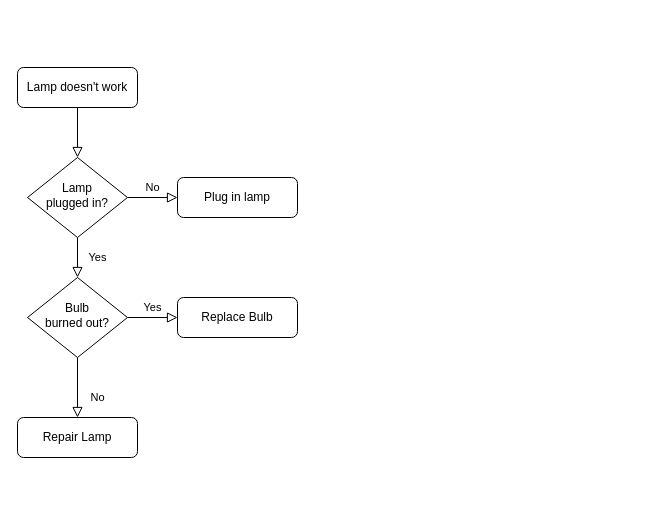
Armstrong-Bai/demo keeps this draw.io diagram as Untitled Diagram.drawio. Above is the earlier version. Source tidied: cells renumbered, new cells numbered last; positions are measured from the earlier drawing's top-left corner, leaving out a move shared by most shapes. Both pictures are drawn from the tidied source at 100%, with x=0, y=0 at pixel (17, 67).
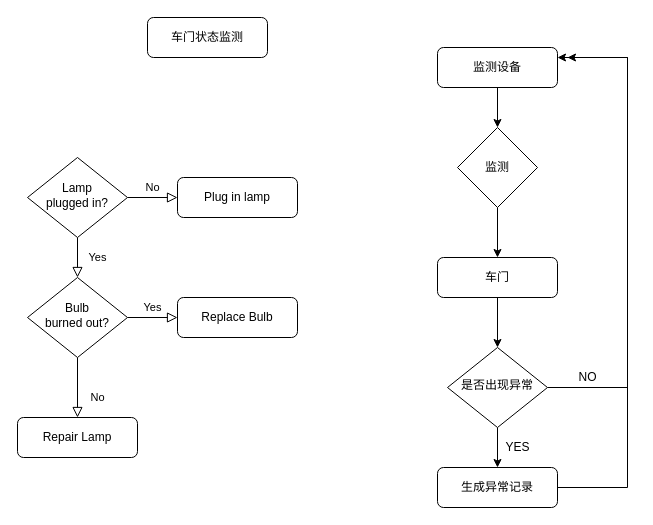
After the change.

The change refers to these unchanged cells:
```xml
<mxCell id="6" value="Lamp&lt;br&gt;plugged in?" style="rhombus;whiteSpace=wrap;html=1;shadow=0;fontFamily=Helvetica;fontSize=12;align=center;strokeWidth=1;spacing=6;spacingTop=-4;" parent="1" vertex="1">
  <mxGeometry x="10" y="90" width="100" height="80" as="geometry" />
</mxCell>
```

Diff of the diagram source:
```diff
@@
-    <mxCell id="2" style="rounded=0;html=1;jettySize=auto;fontSize=11;endArrow=block;endFill=0;endSize=8;strokeWidth=1;shadow=0;labelBackgroundColor=none;edgeStyle=orthogonalEdgeStyle;" parent="1" edge="1" source="3" target="6">
-      <mxGeometry relative="1" as="geometry" />
-    </mxCell>
-    <mxCell id="3" value="Lamp doesn't work" style="rounded=1;whiteSpace=wrap;html=1;fontSize=12;glass=0;strokeWidth=1;shadow=0;" parent="1" vertex="1">
-      <mxGeometry width="120" height="40" as="geometry" />
+    <mxCell id="3" value="车门状态监测" style="rounded=1;whiteSpace=wrap;html=1;fontSize=12;glass=0;strokeWidth=1;shadow=0;" parent="1" vertex="1">
+      <mxGeometry x="130" y="-50" width="120" height="40" as="geometry" />
     </mxCell>
@@
+    <mxCell id="13" style="edgeStyle=orthogonalEdgeStyle;rounded=0;jettySize=auto;html=1;exitX=0.5;exitY=1;exitDx=0;exitDy=0;" parent="1" edge="1" source="14" target="18">
+      <mxGeometry relative="1" as="geometry" />
+    </mxCell>
+    <mxCell id="14" value="监测设备" style="rounded=1;whiteSpace=wrap;html=1;fontSize=12;glass=0;strokeWidth=1;shadow=0;" parent="1" vertex="1">
+      <mxGeometry x="420" y="-20" width="120" height="40" as="geometry" />
+    </mxCell>
+    <mxCell id="15" style="edgeStyle=orthogonalEdgeStyle;rounded=0;jettySize=auto;html=1;exitX=0.5;exitY=1;exitDx=0;exitDy=0;entryX=0.5;entryY=0;entryDx=0;entryDy=0;" parent="1" edge="1" source="16" target="21">
+      <mxGeometry relative="1" as="geometry" />
+    </mxCell>
+    <mxCell id="16" value="车门" style="rounded=1;whiteSpace=wrap;html=1;fontSize=12;glass=0;strokeWidth=1;shadow=0;" parent="1" vertex="1">
+      <mxGeometry x="420" y="190" width="120" height="40" as="geometry" />
+    </mxCell>
+    <mxCell id="17" style="edgeStyle=orthogonalEdgeStyle;rounded=0;jettySize=auto;html=1;exitX=0.5;exitY=1;exitDx=0;exitDy=0;" parent="1" edge="1" source="18" target="16">
+      <mxGeometry relative="1" as="geometry" />
+    </mxCell>
+    <mxCell id="18" value="监测" style="rhombus;whiteSpace=wrap;html=1;" parent="1" vertex="1">
+      <mxGeometry x="440" y="60" width="80" height="80" as="geometry" />
+    </mxCell>
+    <mxCell id="19" style="edgeStyle=orthogonalEdgeStyle;rounded=0;jettySize=auto;html=1;entryX=1;entryY=0.25;entryDx=0;entryDy=0;" parent="1" edge="1" source="21" target="14">
+      <mxGeometry relative="1" as="geometry">
+        <Array as="points">
+          <mxPoint x="610" y="320" />
+          <mxPoint x="610" y="-10" />
+        </Array>
+      </mxGeometry>
+    </mxCell>
+    <mxCell id="20" style="edgeStyle=orthogonalEdgeStyle;rounded=0;jettySize=auto;html=1;exitX=0.5;exitY=1;exitDx=0;exitDy=0;entryX=0.5;entryY=0;entryDx=0;entryDy=0;" parent="1" edge="1" source="21" target="24">
+      <mxGeometry relative="1" as="geometry" />
+    </mxCell>
+    <mxCell id="21" value="是否出现异常" style="rhombus;whiteSpace=wrap;html=1;shadow=0;fontFamily=Helvetica;fontSize=12;align=center;strokeWidth=1;spacing=6;spacingTop=-4;" parent="1" vertex="1">
+      <mxGeometry x="430" y="280" width="100" height="80" as="geometry" />
+    </mxCell>
+    <mxCell id="22" value="NO" style="text;html=1;align=center;verticalAlign=middle;" parent="1" vertex="1">
+      <mxGeometry x="555" y="300" width="30" height="20" as="geometry" />
+    </mxCell>
+    <mxCell id="23" style="edgeStyle=orthogonalEdgeStyle;rounded=0;jettySize=auto;html=1;exitX=1;exitY=0.5;exitDx=0;exitDy=0;" parent="1" edge="1" source="24">
+      <mxGeometry relative="1" as="geometry">
+        <mxPoint x="550" y="-10" as="targetPoint" />
+        <Array as="points">
+          <mxPoint x="610" y="420" />
+          <mxPoint x="610" y="-10" />
+        </Array>
+      </mxGeometry>
+    </mxCell>
+    <mxCell id="24" value="生成异常记录" style="rounded=1;whiteSpace=wrap;html=1;fontSize=12;glass=0;strokeWidth=1;shadow=0;" parent="1" vertex="1">
+      <mxGeometry x="420" y="400" width="120" height="40" as="geometry" />
+    </mxCell>
+    <mxCell id="25" value="YES" style="text;html=1;align=center;verticalAlign=middle;" parent="1" vertex="1">
+      <mxGeometry x="480" y="370" width="40" height="20" as="geometry" />
+    </mxCell>
```
